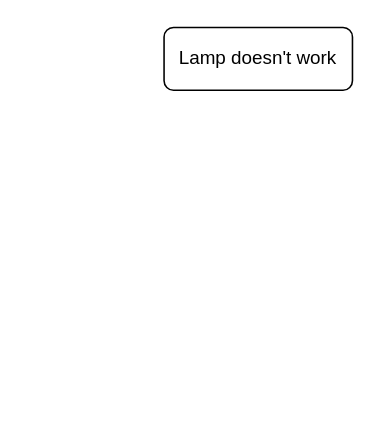
The draw.io diagram Untitled Diagram.drawio in valziyan/draw_io, before the edit. Source tidied: cells renumbered, new cells numbered last; positions are measured from the earlier drawing's top-left corner, leaving out a move shared by most shapes. Both pictures are drawn from the tidied source at 157%, with x=0, y=0 at pixel (163, 27).
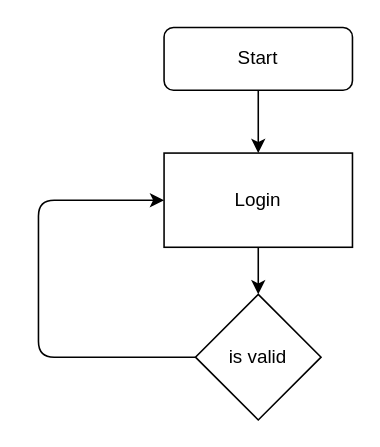
The same diagram, later.

Change to the diagram source:
```diff
@@
 <mxGraphModel>
   <root>
     <mxCell id="0" />
     <mxCell id="1" parent="0" />
-    <mxCell id="2" value="Lamp doesn't work" style="rounded=1;whiteSpace=wrap;html=1;fontSize=12;glass=0;strokeWidth=1;shadow=0;" parent="1" vertex="1">
+    <mxCell id="2" value="Start" style="rounded=1;whiteSpace=wrap;html=1;fontSize=12;glass=0;strokeWidth=1;shadow=0;" parent="1" vertex="1">
       <mxGeometry width="120" height="40" as="geometry" />
     </mxCell>
+    <mxCell id="3" value="Login" style="rounded=0;whiteSpace=wrap;html=1;" parent="1" vertex="1">
+      <mxGeometry y="80" width="120" height="60" as="geometry" />
+    </mxCell>
+    <mxCell id="4" style="endArrow=classic;html=1;entryX=0.5;entryY=0;entryDx=0;entryDy=0;" parent="1" edge="1" source="2" target="3">
+      <mxGeometry relative="1" as="geometry" />
+    </mxCell>
+    <mxCell id="5" value="is valid" style="rhombus;whiteSpace=wrap;html=1;" parent="1" vertex="1">
+      <mxGeometry x="20" y="170" width="80" height="80" as="geometry" />
+    </mxCell>
+    <mxCell id="6" style="endArrow=classic;html=1;exitX=0;exitY=0.5;exitDx=0;exitDy=0;entryX=0;entryY=0.5;entryDx=0;entryDy=0;" parent="1" edge="1" source="5" target="3">
+      <mxGeometry relative="1" as="geometry">
+        <Array as="points">
+          <mxPoint x="-80" y="210" />
+          <mxPoint x="-80" y="110" />
+        </Array>
+      </mxGeometry>
+    </mxCell>
+    <mxCell id="7" style="endArrow=classic;html=1;exitX=0.5;exitY=1;exitDx=0;exitDy=0;" parent="1" edge="1" source="3" target="5">
+      <mxGeometry relative="1" as="geometry" />
+    </mxCell>
   </root>
 </mxGraphModel>
```
